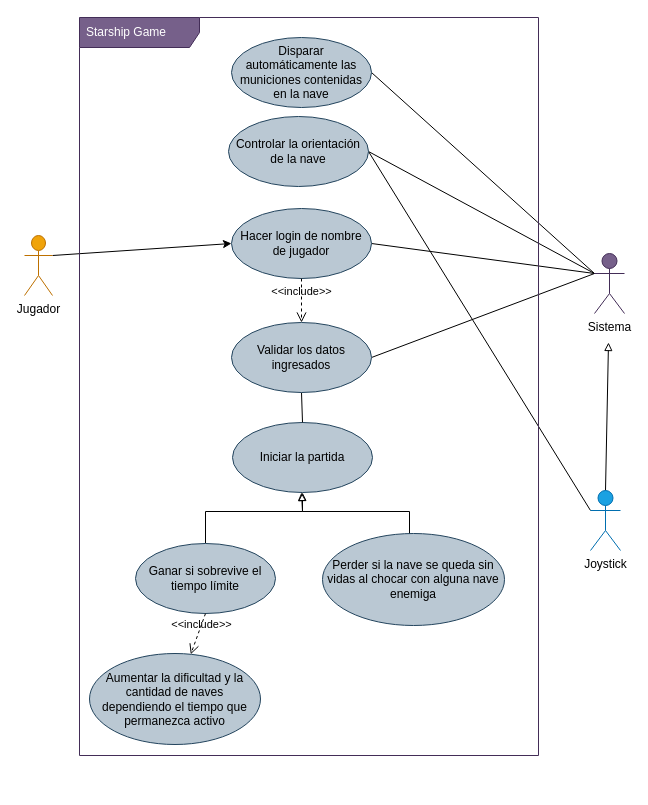
This is desing/DCU.drawio from AndresVeas/STARSHIPGAME, a draw.io file, before an edit. Source tidied: cells renumbered, new cells numbered last; positions are measured from the earlier drawing's top-left corner, leaving out a move shared by most shapes. Both pictures are drawn from the tidied source at 100%, with x=0, y=0 at pixel (24, 17).
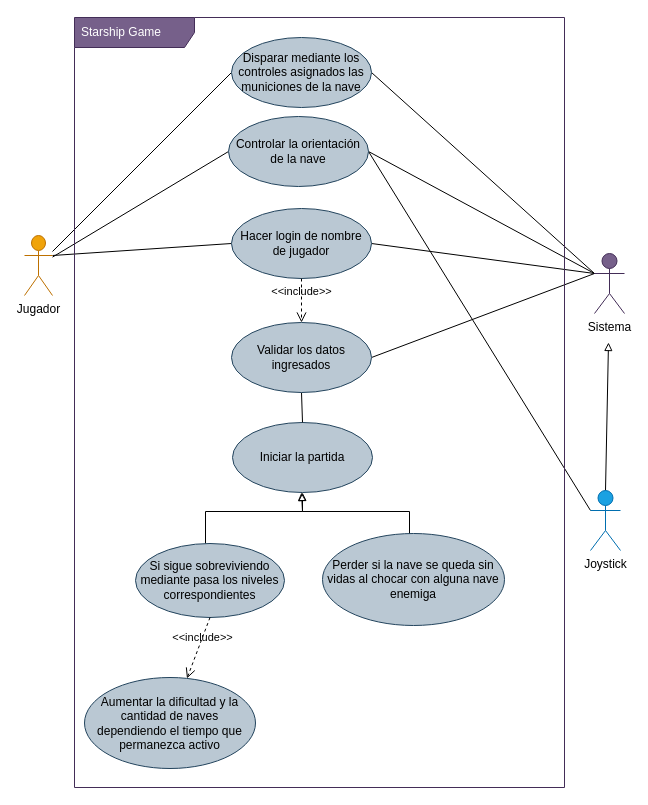
After the change.

Commit message (it also covers changes not shown here):
Implementación de Diagrama de Caso de Uso y Diagrama de Clase

Unchanged cells that the change refers to:
```xml
<mxCell id="3" value="&lt;font color=&quot;#000000&quot;&gt;Jugador&lt;/font&gt;" style="shape=umlActor;verticalLabelPosition=bottom;verticalAlign=top;html=1;fillColor=#f0a30a;fontColor=#000000;strokeColor=#BD7000;" parent="1" vertex="1">
  <mxGeometry y="218" width="28" height="60" as="geometry" />
</mxCell>
<mxCell id="15" value="Controlar la orientación de la nave" style="ellipse;whiteSpace=wrap;html=1;strokeColor=#23445d;fillColor=#bac8d3;" parent="1" vertex="1">
  <mxGeometry x="204" y="99" width="140" height="70" as="geometry" />
</mxCell>
<mxCell id="16" value="Hacer login de nombre de jugador" style="ellipse;whiteSpace=wrap;html=1;strokeColor=#23445d;fillColor=#bac8d3;" parent="1" vertex="1">
  <mxGeometry x="207" y="191" width="140" height="70" as="geometry" />
</mxCell>
```

What changed in the source:
```diff
@@
-    <mxCell id="2" style="edgeStyle=none;rounded=0;html=1;exitX=1;exitY=0.3333333333333333;exitDx=0;exitDy=0;exitPerimeter=0;entryX=0;entryY=0.5;entryDx=0;entryDy=0;strokeColor=#000000;fontColor=#FFFFFF;endArrow=classic;endFill=1;" parent="1" edge="1" source="3" target="16">
+    <mxCell id="2" style="edgeStyle=none;rounded=0;html=1;exitX=1;exitY=0.3333333333333333;exitDx=0;exitDy=0;exitPerimeter=0;entryX=0;entryY=0.5;entryDx=0;entryDy=0;strokeColor=#000000;fontColor=#FFFFFF;endArrow=none;endFill=0;" parent="1" edge="1" source="3" target="16">
       <mxGeometry relative="1" as="geometry" />
     </mxCell>
+    <mxCell id="26" style="edgeStyle=none;html=1;entryX=0;entryY=0.5;entryDx=0;entryDy=0;endArrow=none;endFill=0;" parent="1" edge="1" source="3" target="20">
+      <mxGeometry relative="1" as="geometry" />
+    </mxCell>
+    <mxCell id="27" style="edgeStyle=none;html=1;entryX=0;entryY=0.5;entryDx=0;entryDy=0;endArrow=none;endFill=0;" parent="1" edge="1" source="3" target="15">
+      <mxGeometry relative="1" as="geometry" />
+    </mxCell>
@@
-    <mxCell id="19" value="Ganar si sobrevive el tiempo límite" style="ellipse;whiteSpace=wrap;html=1;strokeColor=#23445d;fillColor=#bac8d3;" parent="1" vertex="1">
-      <mxGeometry x="111" y="526" width="140" height="70" as="geometry" />
+    <mxCell id="19" value="Si sigue sobreviviendo mediante pasa los niveles correspondientes" style="ellipse;whiteSpace=wrap;html=1;strokeColor=#23445d;fillColor=#bac8d3;" parent="1" vertex="1">
+      <mxGeometry x="111" y="526" width="149" height="74" as="geometry" />
     </mxCell>
-    <mxCell id="20" value="Disparar automáticamente las municiones contenidas en la nave" style="ellipse;whiteSpace=wrap;html=1;fillColor=#bac8d3;strokeColor=#23445d;" parent="1" vertex="1">
+    <mxCell id="20" value="Disparar mediante los controles asignados las municiones de la nave" style="ellipse;whiteSpace=wrap;html=1;fillColor=#bac8d3;strokeColor=#23445d;" parent="1" vertex="1">
       <mxGeometry x="207" y="20" width="140" height="70" as="geometry" />
     </mxCell>
@@
     <mxCell id="22" value="Aumentar la dificultad y la cantidad de naves dependiendo el tiempo que permanezca activo" style="ellipse;whiteSpace=wrap;html=1;fillColor=#bac8d3;strokeColor=#23445d;" parent="1" vertex="1">
-      <mxGeometry x="65" y="636" width="171" height="91" as="geometry" />
+      <mxGeometry x="60" y="660" width="171" height="91" as="geometry" />
     </mxCell>
@@
     <mxCell id="25" value="Starship Game" style="shape=umlFrame;whiteSpace=wrap;html=1;width=120;height=30;boundedLbl=1;verticalAlign=middle;align=left;spacingLeft=5;fillColor=#76608a;strokeColor=#432D57;fontColor=#ffffff;" parent="1" vertex="1">
-      <mxGeometry x="55" width="459" height="738" as="geometry" />
+      <mxGeometry x="50" width="490" height="770" as="geometry" />
     </mxCell>
```
